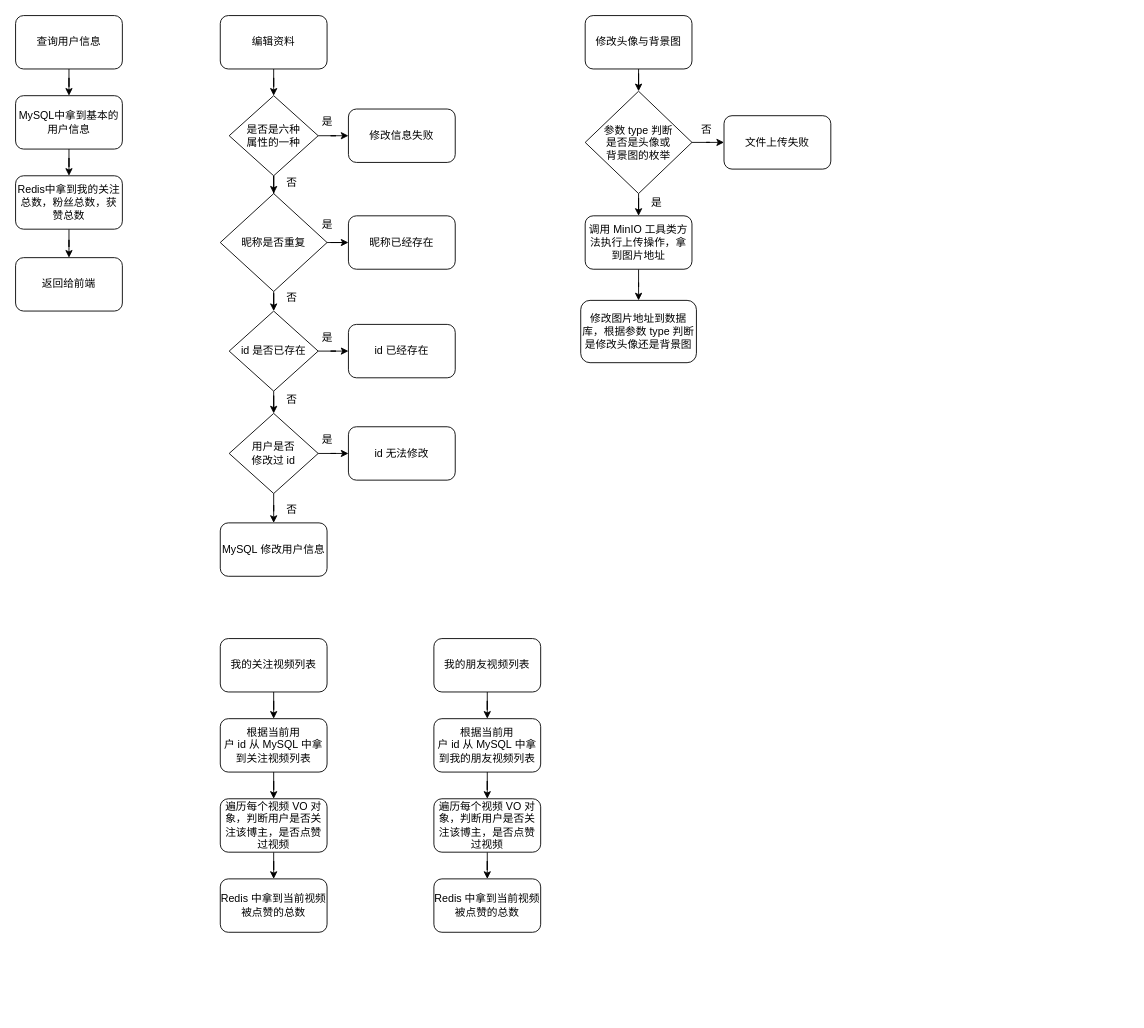
The draw.io diagram 用户模块.drawio in lee11xx/picgo-img, before the edit. Source tidied: cells renumbered, new cells numbered last; positions are measured from the earlier drawing's top-left corner, leaving out a move shared by most shapes. Both pictures are drawn from the tidied source at 89%, with x=0, y=0 at pixel (15, 15).
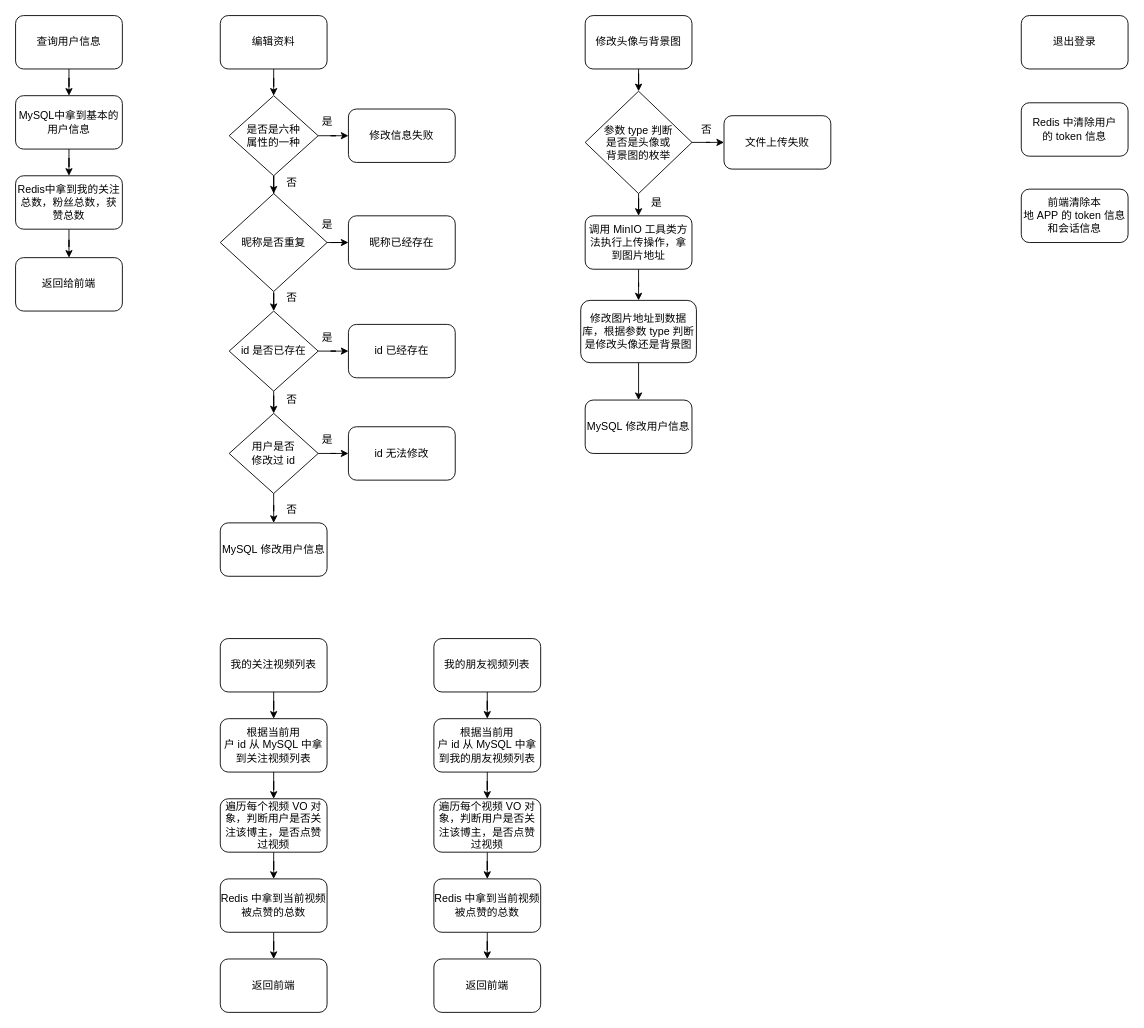
After the change.

Commit message:
更新用户模块.drawio

The change refers to these unchanged cells:
```xml
<mxCell id="36" value="修改图片地址到数据库，根据参数&amp;nbsp;type&amp;nbsp;判断是修改头像还是背景图" style="rounded=1;whiteSpace=wrap;html=1;" parent="1" vertex="1">
  <mxGeometry x="635" y="320" width="130" height="70" as="geometry" />
</mxCell>
<mxCell id="43" value="Redis&amp;nbsp;中拿到当前视频被点赞的总数" style="whiteSpace=wrap;html=1;rounded=1;" parent="1" vertex="1">
  <mxGeometry x="230" y="970" width="120" height="60" as="geometry" />
</mxCell>
<mxCell id="50" value="Redis&amp;nbsp;中拿到当前视频被点赞的总数" style="whiteSpace=wrap;html=1;rounded=1;" parent="1" vertex="1">
  <mxGeometry x="470" y="970" width="120" height="60" as="geometry" />
</mxCell>
```

The edit, as a diff of the source:
```diff
@@
+    <mxCell id="61" style="edgeStyle=orthogonalEdgeStyle;rounded=0;jettySize=auto;html=1;" parent="1" edge="1" source="36" target="67">
+      <mxGeometry relative="1" as="geometry" />
+    </mxCell>
@@
+    <mxCell id="62" style="edgeStyle=orthogonalEdgeStyle;rounded=0;jettySize=auto;html=1;" parent="1" edge="1" source="43" target="68">
+      <mxGeometry relative="1" as="geometry" />
+    </mxCell>
@@
+    <mxCell id="63" style="edgeStyle=orthogonalEdgeStyle;rounded=0;jettySize=auto;html=1;" parent="1" edge="1" source="50" target="69">
+      <mxGeometry relative="1" as="geometry" />
+    </mxCell>
@@
+    <mxCell id="64" value="退出登录" style="rounded=1;whiteSpace=wrap;html=1;" parent="1" vertex="1">
+      <mxGeometry x="1130" width="120" height="60" as="geometry" />
+    </mxCell>
+    <mxCell id="65" value="Redis&amp;nbsp;中清除用户的&amp;nbsp;token&amp;nbsp;信息" style="rounded=1;whiteSpace=wrap;html=1;" parent="1" vertex="1">
+      <mxGeometry x="1130" y="98" width="120" height="60" as="geometry" />
+    </mxCell>
+    <mxCell id="66" value="前端清除本地&amp;nbsp;APP&amp;nbsp;的&amp;nbsp;token&amp;nbsp;信息和会话信息" style="rounded=1;whiteSpace=wrap;html=1;" parent="1" vertex="1">
+      <mxGeometry x="1130" y="195" width="120" height="60" as="geometry" />
+    </mxCell>
+    <mxCell id="67" value="MySQL&amp;nbsp;修改用户信息" style="rounded=1;whiteSpace=wrap;html=1;" parent="1" vertex="1">
+      <mxGeometry x="640" y="432" width="120" height="60" as="geometry" />
+    </mxCell>
+    <mxCell id="68" value="返回前端" style="whiteSpace=wrap;html=1;rounded=1;" parent="1" vertex="1">
+      <mxGeometry x="230" y="1060" width="120" height="60" as="geometry" />
+    </mxCell>
+    <mxCell id="69" value="返回前端" style="whiteSpace=wrap;html=1;rounded=1;" parent="1" vertex="1">
+      <mxGeometry x="470" y="1060" width="120" height="60" as="geometry" />
+    </mxCell>
```
